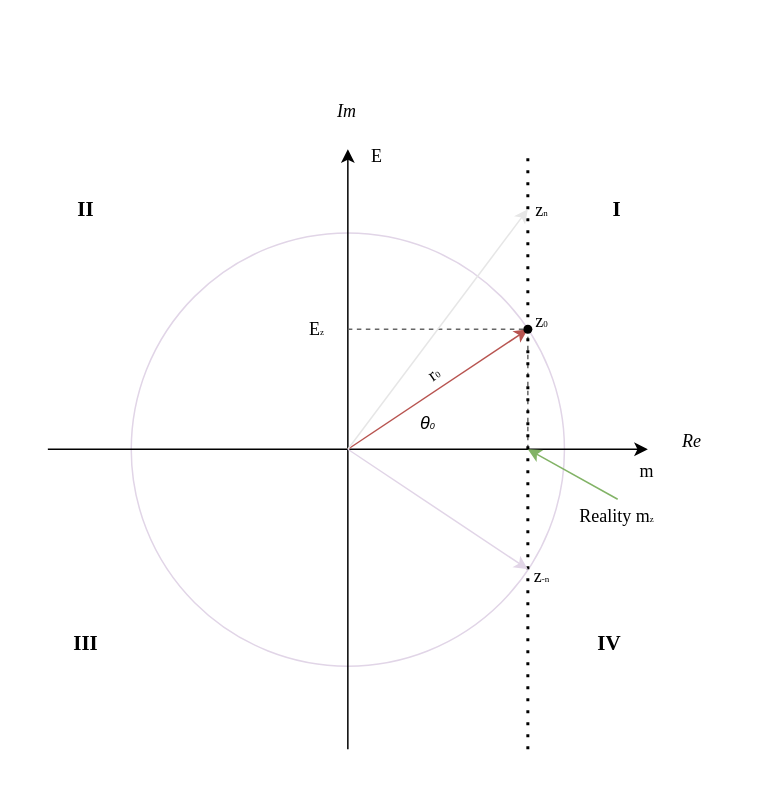
This is media/EMTS.drawio from keyvisions/EMTS, a draw.io file, before an edit. Source tidied: cells renumbered, new cells numbered last; positions are measured from the earlier drawing's top-left corner, leaving out a move shared by most shapes. Both pictures are drawn from the tidied source at 150%, with x=0, y=0 at pixel (40, 88).
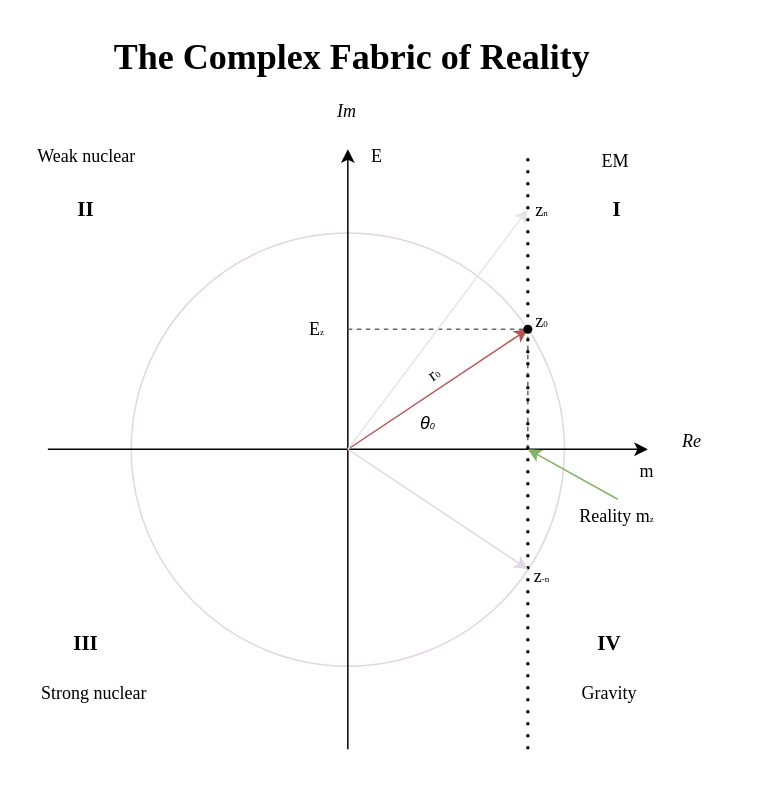
After the change.

Diff of the diagram source:
```diff
@@
+    <mxCell id="28" value="&lt;h1 style=&quot;margin-top: 0px;&quot;&gt;&lt;font face=&quot;Times New Roman&quot;&gt;The Complex Fabric of Reality&lt;/font&gt;&lt;/h1&gt;" style="text;html=1;whiteSpace=wrap;overflow=hidden;rounded=0;align=center;" parent="1" vertex="1">
+      <mxGeometry x="-3" y="-42" width="421" height="39" as="geometry" />
+    </mxCell>
+    <mxCell id="29" value="&lt;font face=&quot;Times New Roman&quot;&gt;Gravity&lt;/font&gt;" style="text;html=1;align=center;verticalAlign=middle;whiteSpace=wrap;rounded=0;" parent="1" vertex="1">
+      <mxGeometry x="348.8" y="388" width="60" height="30" as="geometry" />
+    </mxCell>
+    <mxCell id="30" value="&lt;font face=&quot;Times New Roman&quot;&gt;EM&lt;/font&gt;" style="text;html=1;align=center;verticalAlign=middle;whiteSpace=wrap;rounded=0;" parent="1" vertex="1">
+      <mxGeometry x="353" y="33" width="60" height="30" as="geometry" />
+    </mxCell>
+    <mxCell id="31" value="&lt;font face=&quot;Times New Roman&quot;&gt;Strong nuclear&lt;/font&gt;" style="text;html=1;align=center;verticalAlign=middle;whiteSpace=wrap;rounded=0;" parent="1" vertex="1">
+      <mxGeometry x="-10.5" y="388" width="91" height="30" as="geometry" />
+    </mxCell>
+    <mxCell id="32" value="&lt;font face=&quot;Times New Roman&quot;&gt;Weak nuclear&lt;/font&gt;" style="text;html=1;align=center;verticalAlign=middle;whiteSpace=wrap;rounded=0;" parent="1" vertex="1">
+      <mxGeometry x="-10.5" y="30" width="81" height="30" as="geometry" />
+    </mxCell>
```
